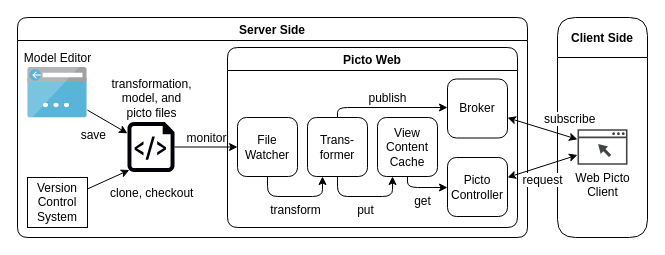
Above: page "Page-1" (1 of 2) of images/diagram.drawio in alfa-ryano/picto-web-tooldemo (draw.io), before the change. Source tidied: cells renumbered, new cells numbered last; positions are measured from the earlier drawing's top-left corner, leaving out a move shared by most shapes. Both pictures are drawn from the tidied source at 100%, with x=0, y=0 at pixel (17, 17).
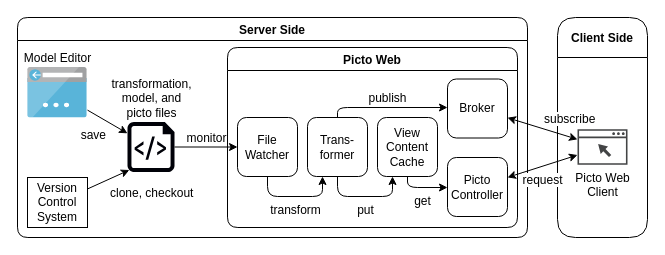
The same diagram, later.

The change refers to these unchanged cells:
```xml
<mxCell id="19" value="Client Side" style="swimlane;rounded=1;sketch=0;startSize=40;fontSize=12;" parent="1" vertex="1">
  <mxGeometry x="540" width="90" height="220" as="geometry" />
</mxCell>
```

Diff of the diagram source:
```diff
@@
-    <mxCell id="20" value="Web Picto &lt;br style=&quot;font-size: 12px;&quot;&gt;Client" style="sketch=0;shadow=0;dashed=0;html=1;strokeColor=none;fillColor=#434445;labelPosition=center;verticalLabelPosition=bottom;verticalAlign=top;align=center;outlineConnect=0;shape=mxgraph.vvd.web_browser;rounded=1;fontSize=12;" parent="19" vertex="1">
+    <mxCell id="20" value="Picto Web&lt;br style=&quot;font-size: 12px&quot;&gt;Client" style="sketch=0;shadow=0;dashed=0;html=1;strokeColor=none;fillColor=#434445;labelPosition=center;verticalLabelPosition=bottom;verticalAlign=top;align=center;outlineConnect=0;shape=mxgraph.vvd.web_browser;rounded=1;fontSize=12;" parent="19" vertex="1">
       <mxGeometry x="20" y="111.8" width="50" height="35.5" as="geometry" />
     </mxCell>
```
